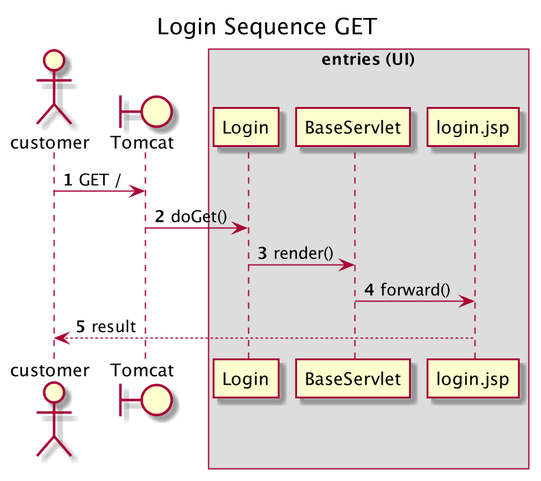
codergram/Fog keeps this PlantUML diagram as Documentation/UML/Sekvensdiagram/Login_Sequence_doGet.png. Above is the earlier version.
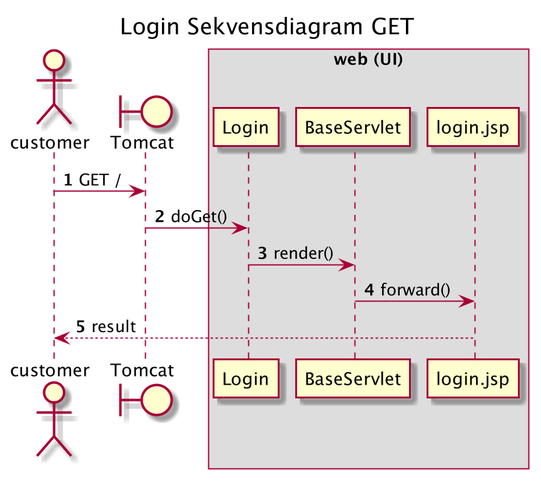
The same diagram one commit later.

Diff of the diagram source:
```diff
@@ -1,7 +1,7 @@
 @startuml
 
 autonumber
-Title Login Sequence GET
+Title Login Sekvensdiagram GET
 actor customer
 
 boundary Tomcat
@@ -9,7 +9,7 @@
 customer -> Tomcat:GET /
 
 
-box entries (UI)
+box web (UI)
 Tomcat -> Login:doGet()
 
 Login -> BaseServlet:render()
```
